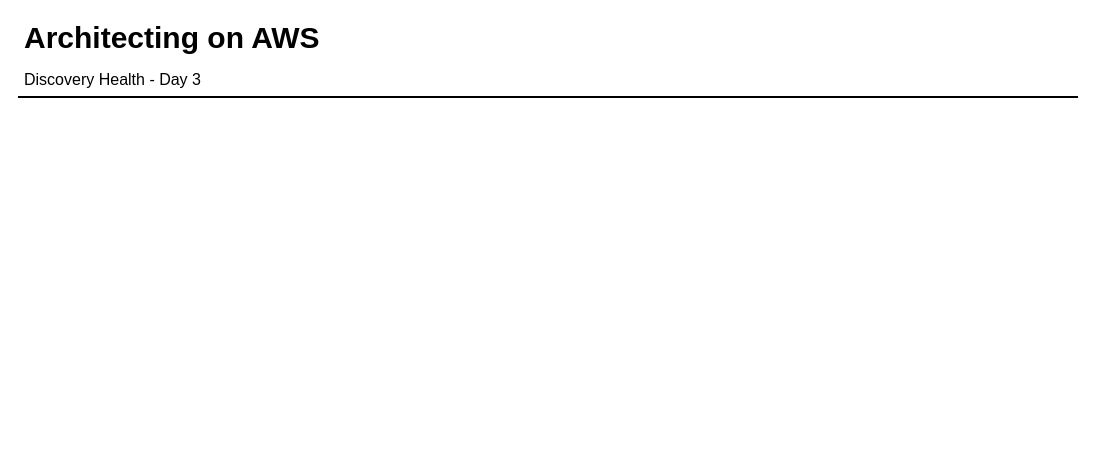
Before: page "Copy of Copy of Copy of Page-2" (5 of 7) of discoveryhealth-d3.drawio in taupoali/awsdiagrams, a draw.io diagram. Source tidied: cells renumbered, new cells numbered last; positions are measured from the earlier drawing's top-left corner, leaving out a move shared by most shapes. Both pictures are drawn from the tidied source at 100%, with x=0, y=0 at pixel (17, 16).
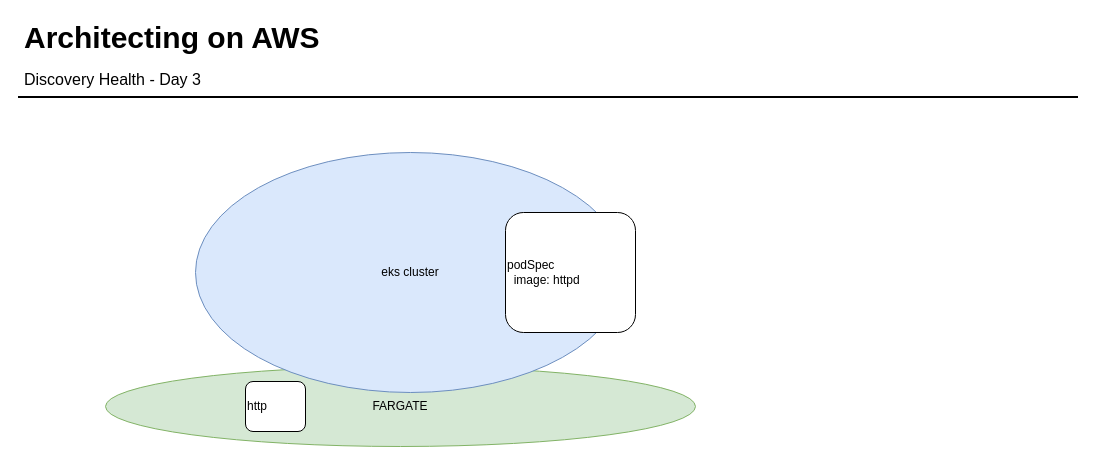
Above is the later version.

The edit, as a diff of the source:
```diff
@@
 <mxGraphModel>
   <root>
     <mxCell id="0" />
     <mxCell id="1" parent="0" />
+    <mxCell id="5" value="FARGATE" style="ellipse;whiteSpace=wrap;html=1;fillColor=#d5e8d4;strokeColor=#82b366;" parent="1" vertex="1">
+      <mxGeometry x="88" y="350" width="590" height="80" as="geometry" />
+    </mxCell>
+    <mxCell id="6" value="eks cluster" style="ellipse;whiteSpace=wrap;html=1;fillColor=#dae8fc;strokeColor=#6c8ebf;" parent="1" vertex="1">
+      <mxGeometry x="178" y="136" width="430" height="240" as="geometry" />
+    </mxCell>
     <mxCell id="2" value="Architecting on AWS" style="text;html=1;align=left;verticalAlign=top;spacingTop=-4;fontSize=30;fontStyle=1;" parent="1" vertex="1">
       <mxGeometry x="4.5" y="0.5" width="310" height="40" as="geometry" />
     </mxCell>
     <mxCell id="3" value="Discovery Health - Day 3" style="text;html=1;align=left;verticalAlign=top;spacingTop=-4;fontSize=16;" parent="1" vertex="1">
       <mxGeometry x="4.5" y="50.5" width="190" height="20" as="geometry" />
     </mxCell>
     <mxCell id="4" style="line;strokeWidth=2;html=1;fontSize=14;" parent="1" vertex="1">
       <mxGeometry x="0.5" y="75.5" width="1060" height="10" as="geometry" />
     </mxCell>
+    <mxCell id="7" value="podSpec&lt;br&gt;&amp;nbsp; image: httpd" style="rounded=1;whiteSpace=wrap;html=1;align=left;" parent="1" vertex="1">
+      <mxGeometry x="488" y="196" width="130" height="120" as="geometry" />
+    </mxCell>
+    <mxCell id="8" value="http" style="rounded=1;whiteSpace=wrap;html=1;align=left;" parent="1" vertex="1">
+      <mxGeometry x="228" y="365" width="60" height="50" as="geometry" />
+    </mxCell>
   </root>
 </mxGraphModel>
```
